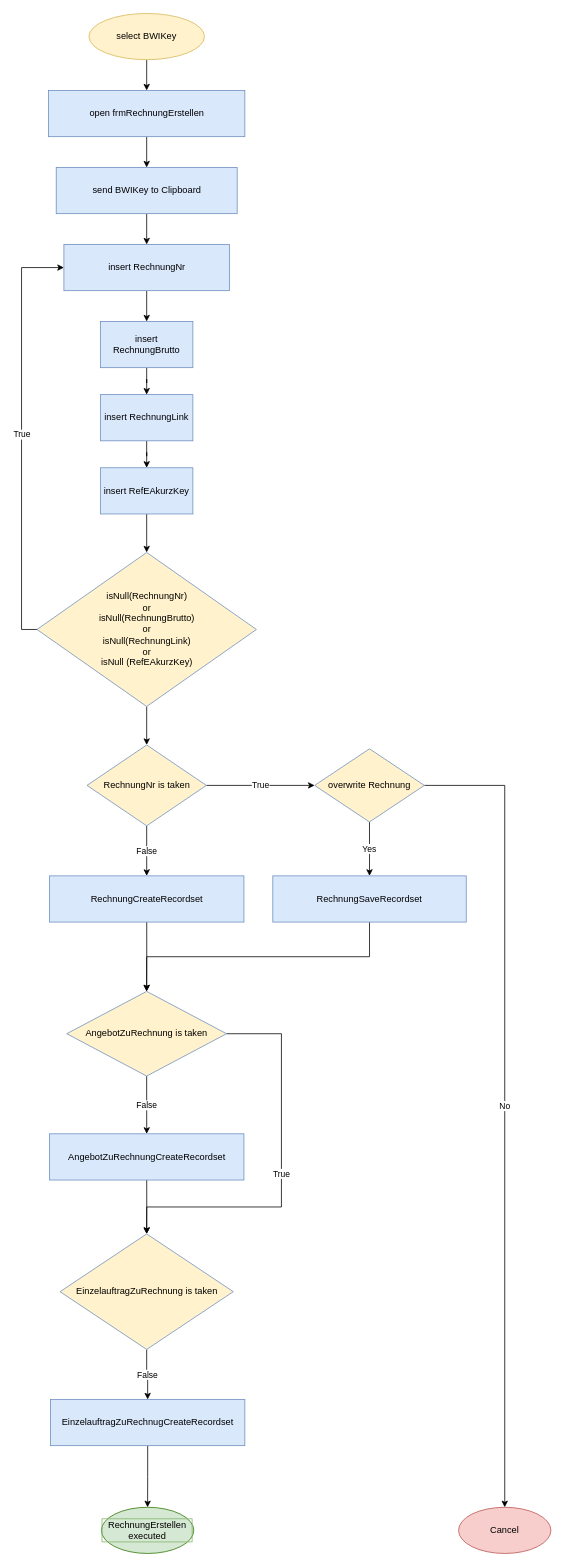
The draw.io diagram Workflows/RechnungErstellen.drawio in h4g3n-J/U1jOD0JGuV, before the edit. Source tidied: cells renumbered, new cells numbered last; positions are measured from the earlier drawing's top-left corner, leaving out a move shared by most shapes. Both pictures are drawn from the tidied source at 77%, with x=0, y=0 at pixel (36, 13).
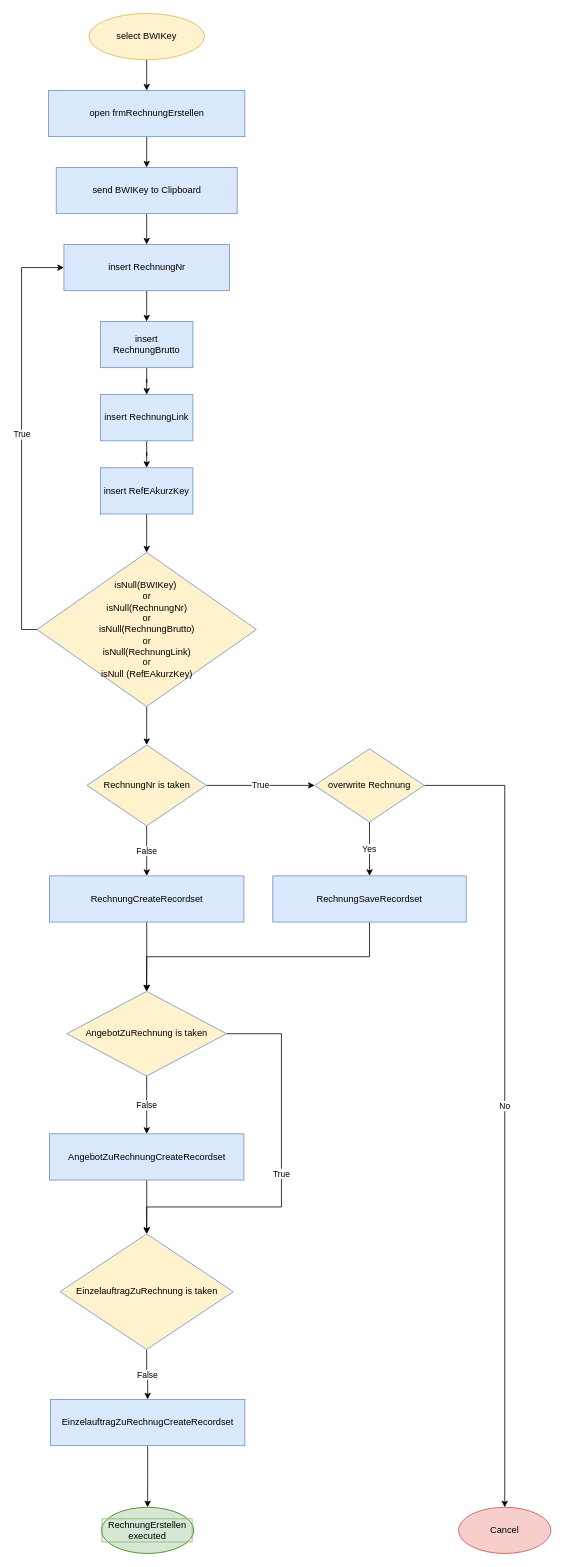
Above is the later version.

What changed in the source:
```diff
@@
-    <mxCell id="18" value="isNull(RechnungNr) &lt;br&gt;or &lt;br&gt;isNull(RechnungBrutto)&lt;br&gt;or&lt;br&gt;isNull(RechnungLink)&lt;br&gt;or&lt;br&gt;isNull (RefEAkurzKey)" style="rhombus;whiteSpace=wrap;html=1;fontColor=#000000;strokeColor=#6c8ebf;fillColor=#FFF2CC;" parent="1" vertex="1">
+    <mxCell id="18" value="isNull(BWIKey)&amp;nbsp;&lt;br&gt;or&lt;br&gt;isNull(RechnungNr) &lt;br&gt;or &lt;br&gt;isNull(RechnungBrutto)&lt;br&gt;or&lt;br&gt;isNull(RechnungLink)&lt;br&gt;or&lt;br&gt;isNull (RefEAkurzKey)" style="rhombus;whiteSpace=wrap;html=1;fontColor=#000000;strokeColor=#6c8ebf;fillColor=#FFF2CC;" parent="1" vertex="1">
       <mxGeometry x="0.5" y="700" width="285" height="200" as="geometry" />
     </mxCell>
```
